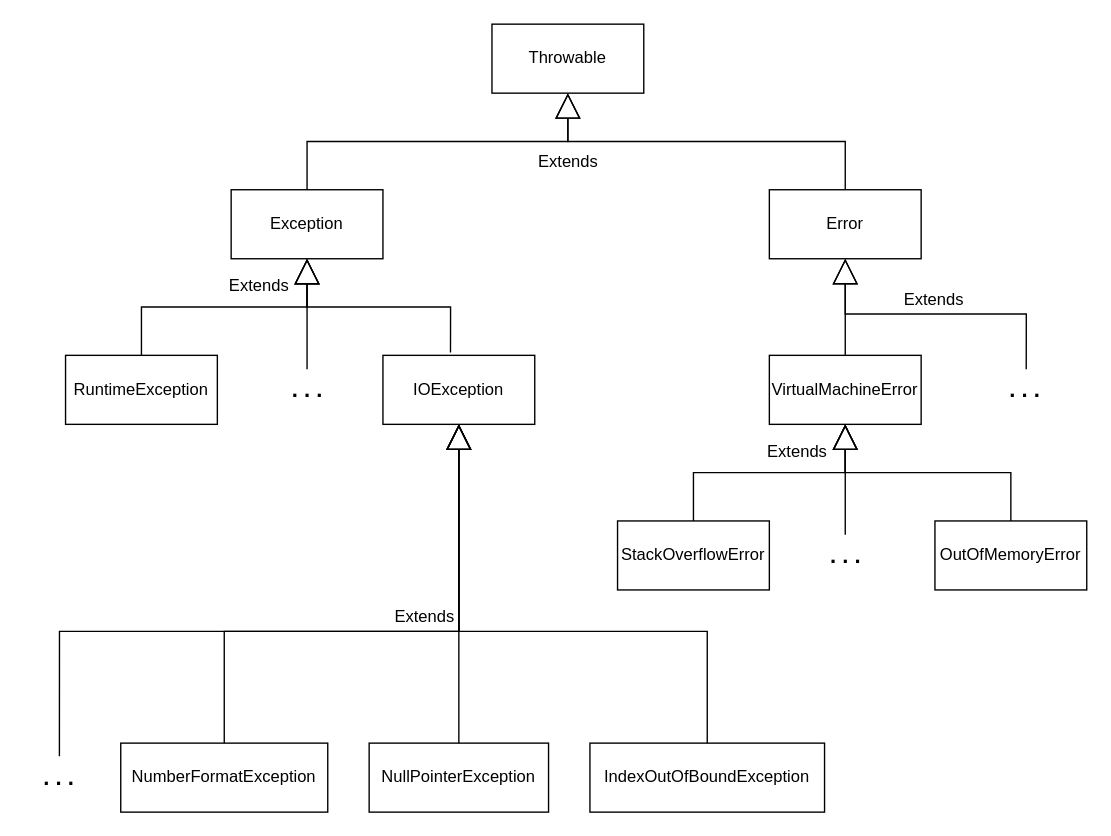
Above: Modulo 3 - Throwable/Teoria/ThrowableClassDiagram.drawio in Carello99/Corso-Java (draw.io), before the change. Source tidied: cells renumbered, new cells numbered last; positions are measured from the earlier drawing's top-left corner, leaving out a move shared by most shapes. Both pictures are drawn from the tidied source at 138%, with x=0, y=0 at pixel (23, 23).
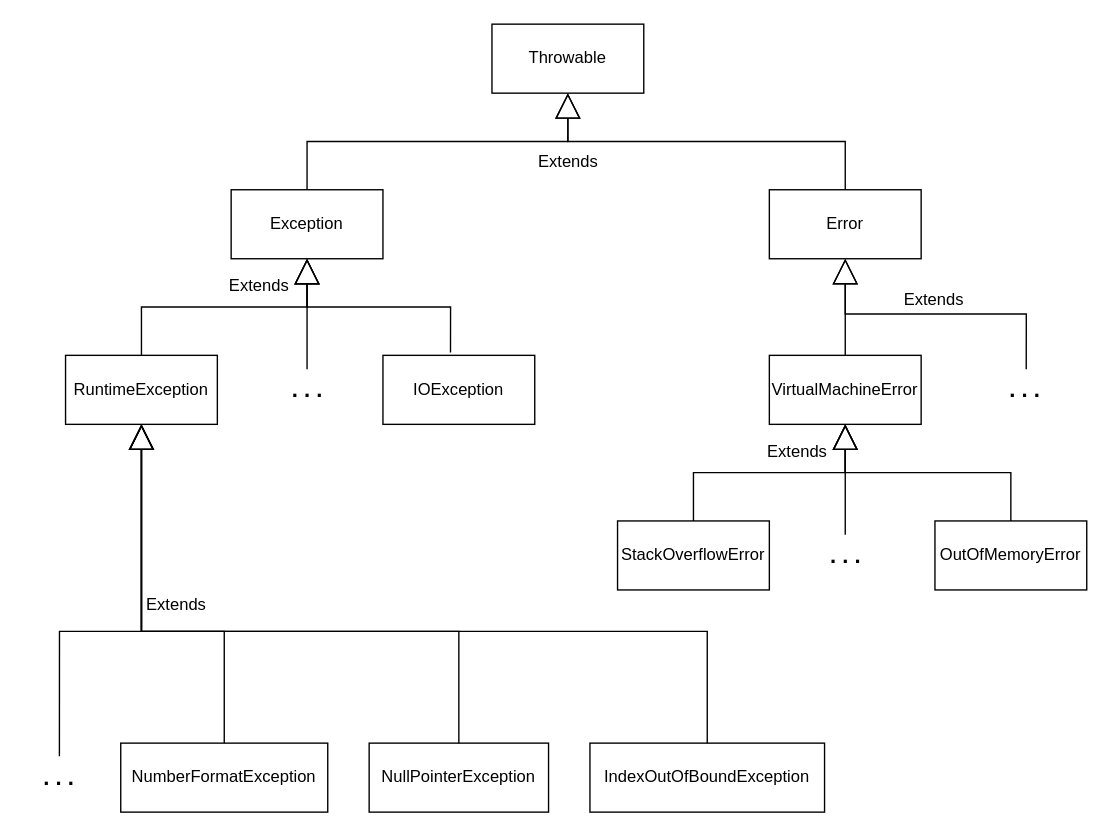
The same diagram, later.

Unchanged cells that the change refers to:
```xml
<mxCell id="5" value="RuntimeException" style="html=1;whiteSpace=wrap;" parent="1" vertex="1">
  <mxGeometry x="30" y="240" width="110" height="50" as="geometry" />
</mxCell>
<mxCell id="6" value="IOException" style="html=1;whiteSpace=wrap;" parent="1" vertex="1">
  <mxGeometry x="260" y="240" width="110" height="50" as="geometry" />
</mxCell>
<mxCell id="23" value="NumberFormatException" style="html=1;whiteSpace=wrap;" parent="1" vertex="1">
  <mxGeometry x="70" y="521" width="150" height="50" as="geometry" />
</mxCell>
<mxCell id="24" value="NullPointerException" style="html=1;whiteSpace=wrap;" parent="1" vertex="1">
  <mxGeometry x="250" y="521" width="130" height="50" as="geometry" />
</mxCell>
<mxCell id="25" value="IndexOutOfBoundException" style="html=1;whiteSpace=wrap;" parent="1" vertex="1">
  <mxGeometry x="410" y="521" width="170" height="50" as="geometry" />
</mxCell>
<mxCell id="26" value="&lt;b&gt;. . .&lt;/b&gt;" style="text;html=1;align=center;verticalAlign=middle;points=[];strokeColor=none;fillColor=none;fontSize=16;" parent="1" vertex="1">
  <mxGeometry y="531" width="50" height="30" as="geometry" />
</mxCell>
```

Diff of the diagram source:
```diff
@@
-    <mxCell id="27" value="Extends" style="endArrow=block;endSize=16;endFill=0;html=1;rounded=0;fontSize=12;entryX=0.5;entryY=1;entryDx=0;entryDy=0;edgeStyle=orthogonalEdgeStyle;exitX=0.511;exitY=-0.014;exitDx=0;exitDy=0;exitPerimeter=0;" parent="1" edge="1" source="26" target="6">
-      <mxGeometry x="0.34" y="10" relative="1" as="geometry">
+    <mxCell id="27" value="Extends" style="endArrow=block;endSize=16;endFill=0;html=1;rounded=0;fontSize=12;entryX=0.5;entryY=1;entryDx=0;entryDy=0;edgeStyle=orthogonalEdgeStyle;exitX=0.511;exitY=-0.014;exitDx=0;exitDy=0;exitPerimeter=0;" parent="1" edge="1" source="26" target="5">
+      <mxGeometry x="0.13" y="-25" relative="1" as="geometry">
         <Array as="points">
           <mxPoint x="26" y="440" />
-          <mxPoint x="315" y="440" />
+          <mxPoint x="85" y="440" />
         </Array>
       </mxGeometry>
     </mxCell>
-    <mxCell id="28" style="endArrow=block;endSize=16;endFill=0;html=1;rounded=0;fontSize=12;entryX=0.5;entryY=1;entryDx=0;entryDy=0;edgeStyle=orthogonalEdgeStyle;exitX=0.5;exitY=0;exitDx=0;exitDy=0;" parent="1" edge="1" source="23" target="6">
+    <mxCell id="28" style="endArrow=block;endSize=16;endFill=0;html=1;rounded=0;fontSize=12;entryX=0.5;entryY=1;entryDx=0;entryDy=0;edgeStyle=orthogonalEdgeStyle;exitX=0.5;exitY=0;exitDx=0;exitDy=0;" parent="1" edge="1" source="23" target="5">
       <mxGeometry x="0.22" y="15" relative="1" as="geometry">
         <Array as="points">
           <mxPoint x="145" y="440" />
-          <mxPoint x="315" y="440" />
+          <mxPoint x="85" y="440" />
         </Array>
       </mxGeometry>
     </mxCell>
-    <mxCell id="29" style="endArrow=block;endSize=16;endFill=0;html=1;rounded=0;fontSize=12;entryX=0.5;entryY=1;entryDx=0;entryDy=0;edgeStyle=orthogonalEdgeStyle;exitX=0.5;exitY=0;exitDx=0;exitDy=0;" parent="1" edge="1" source="24" target="6">
-      <mxGeometry x="0.22" y="15" relative="1" as="geometry" />
+    <mxCell id="29" style="endArrow=block;endSize=16;endFill=0;html=1;rounded=0;fontSize=12;entryX=0.5;entryY=1;entryDx=0;entryDy=0;edgeStyle=orthogonalEdgeStyle;exitX=0.5;exitY=0;exitDx=0;exitDy=0;" parent="1" edge="1" source="24" target="5">
+      <mxGeometry x="0.22" y="15" relative="1" as="geometry">
+        <Array as="points">
+          <mxPoint x="315" y="440" />
+          <mxPoint x="85" y="440" />
+        </Array>
+      </mxGeometry>
     </mxCell>
-    <mxCell id="30" style="endArrow=block;endSize=16;endFill=0;html=1;rounded=0;fontSize=12;entryX=0.5;entryY=1;entryDx=0;entryDy=0;edgeStyle=orthogonalEdgeStyle;exitX=0.5;exitY=0;exitDx=0;exitDy=0;" parent="1" edge="1" source="25" target="6">
+    <mxCell id="30" style="endArrow=block;endSize=16;endFill=0;html=1;rounded=0;fontSize=12;entryX=0.5;entryY=1;entryDx=0;entryDy=0;edgeStyle=orthogonalEdgeStyle;exitX=0.5;exitY=0;exitDx=0;exitDy=0;" parent="1" edge="1" source="25" target="5">
       <mxGeometry x="0.22" y="15" relative="1" as="geometry">
         <Array as="points">
           <mxPoint x="495" y="440" />
-          <mxPoint x="315" y="440" />
+          <mxPoint x="85" y="440" />
         </Array>
       </mxGeometry>
     </mxCell>
```
